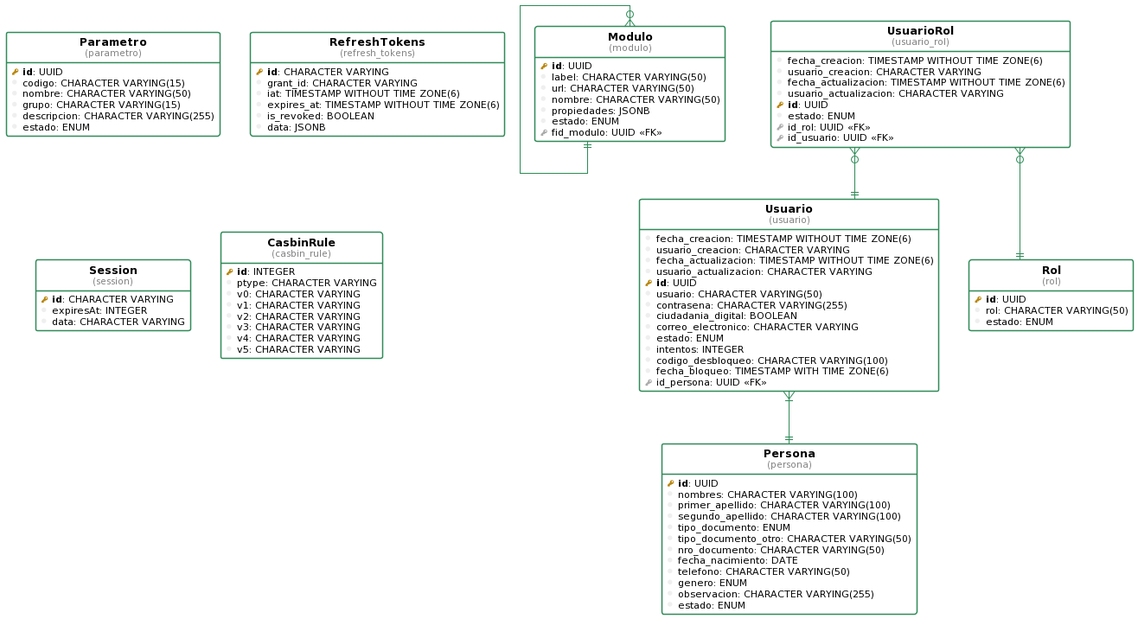
This is docs/ERD.png from AlexGonzalesMeneses/nestjs-base-backed, a PlantUML export, as it was before one commit.
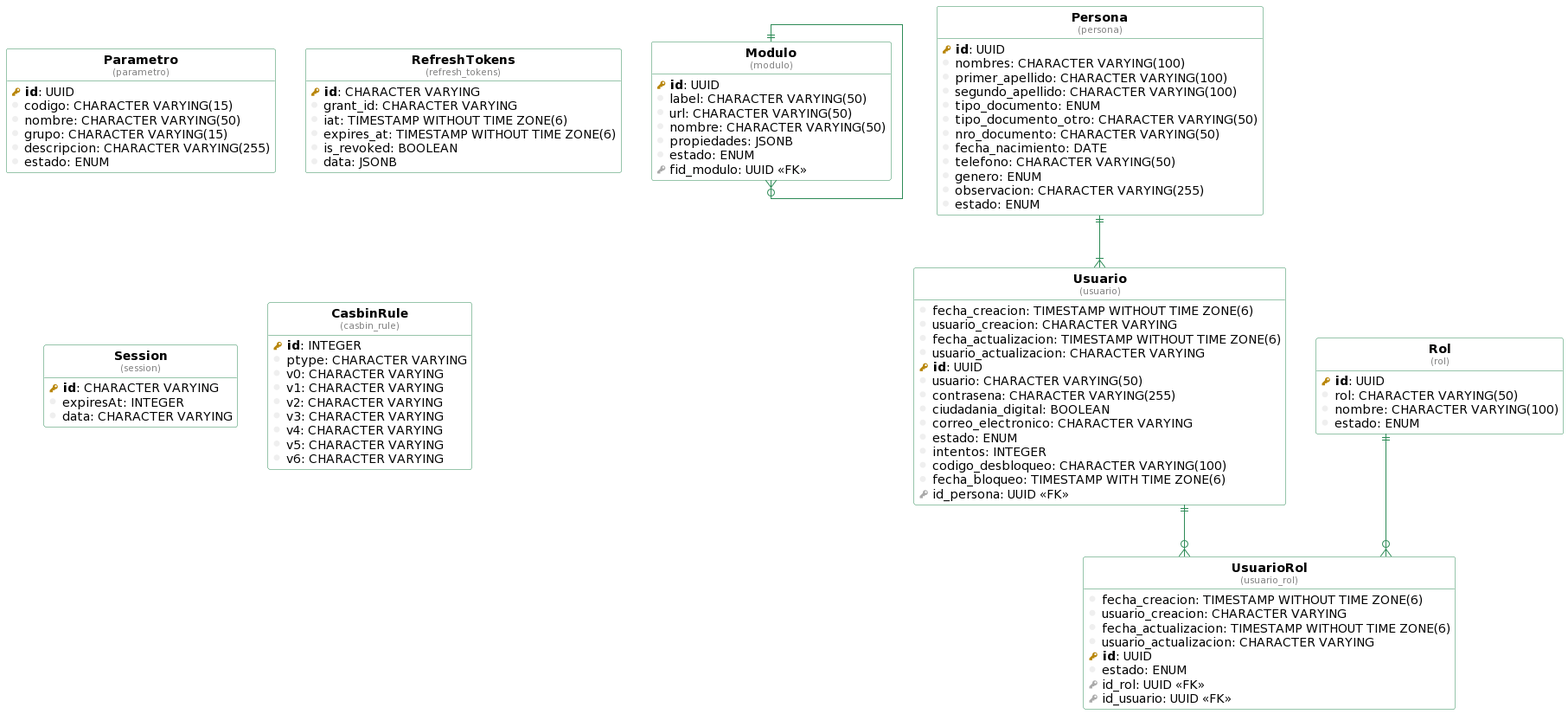
The same file after the commit.

The edit, as a diff of the source:
```diff
@@ -47,6 +47,16 @@
   column( data ): CHARACTER VARYING
 }
 
+table( Modulo, modulo ) as modulo {
+  pkey( id ): UUID
+  column( label ): CHARACTER VARYING(50)
+  column( url ): CHARACTER VARYING(50)
+  column( nombre ): CHARACTER VARYING(50)
+  column( propiedades ): JSONB
+  column( estado ): ENUM
+  fkey( fid_modulo ): UUID <<FK>>
+}
+
 table( CasbinRule, casbin_rule ) as casbin_rule {
   pkey( id ): INTEGER
   column( ptype ): CHARACTER VARYING
@@ -56,16 +66,7 @@
   column( v3 ): CHARACTER VARYING
   column( v4 ): CHARACTER VARYING
   column( v5 ): CHARACTER VARYING
-}
-
-table( Modulo, modulo ) as modulo {
-  pkey( id ): UUID
-  column( label ): CHARACTER VARYING(50)
-  column( url ): CHARACTER VARYING(50)
-  column( nombre ): CHARACTER VARYING(50)
-  column( propiedades ): JSONB
-  column( estado ): ENUM
-  fkey( fid_modulo ): UUID <<FK>>
+  column( v6 ): CHARACTER VARYING
 }
 
 table( Persona, persona ) as persona {
@@ -114,11 +115,12 @@
 table( Rol, rol ) as rol {
   pkey( id ): UUID
   column( rol ): CHARACTER VARYING(50)
+  column( nombre ): CHARACTER VARYING(100)
   column( estado ): ENUM
 }
 
-modulo }o--|| modulo
-usuario }|--|| persona
-usuario_rol }o--|| rol
-usuario_rol }o--|| usuario
+"modulo" ||--o{ "modulo"
+"persona" ||--|{ "usuario"
+"rol" ||--o{ "usuario_rol"
+"usuario" ||--o{ "usuario_rol"
 @enduml
```
